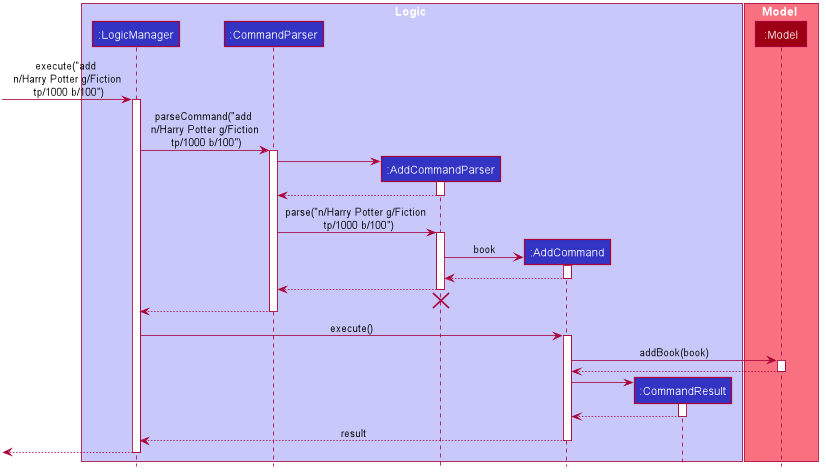
Before: docs/images/AddSequenceDiagram.png, a diagram exported from PlantUML (pennhanlee/tp).
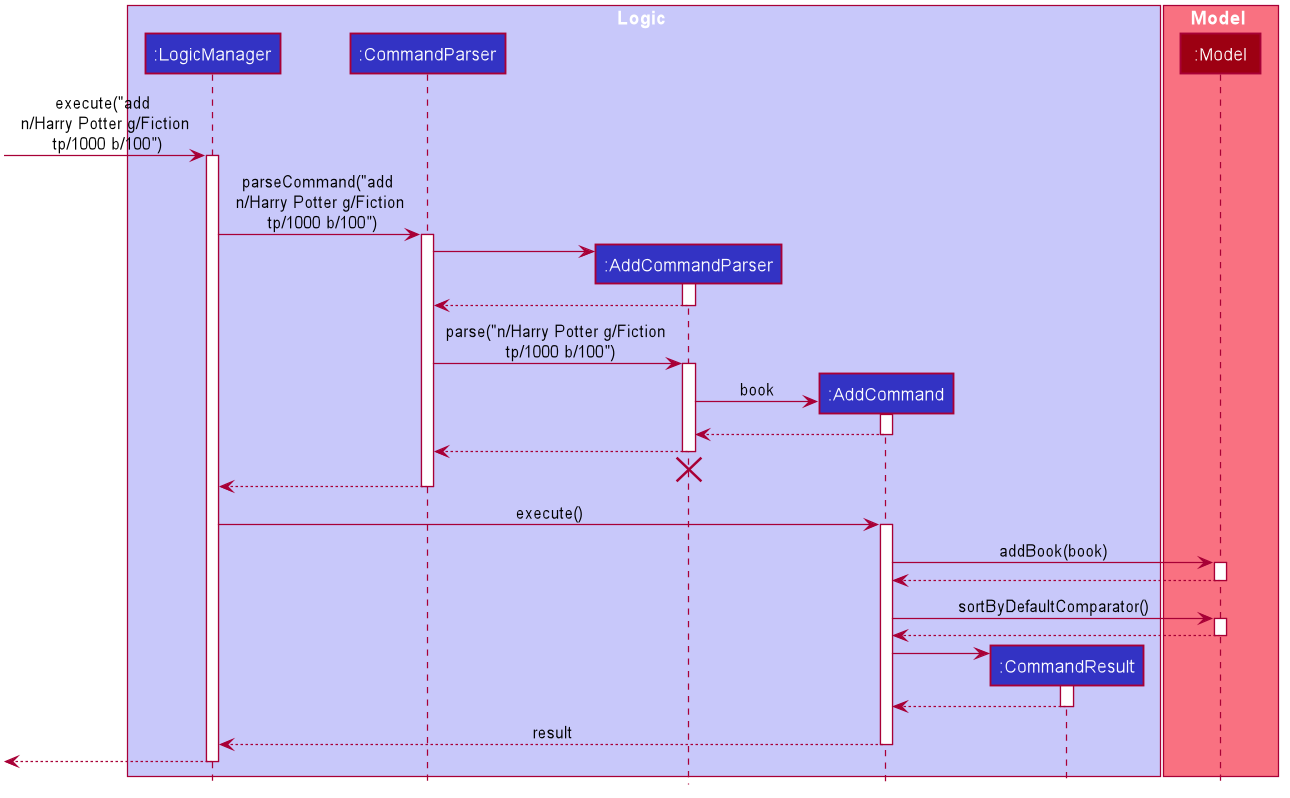
Above is the later version.

The edit, as a diff of the source:
```diff
@@ -1,4 +1,5 @@
 @startuml
+
 
 
 
@@ -100,6 +101,12 @@
 Model --> AddCommand
 deactivate Model
 
+AddCommand -> Model : sortByDefaultComparator()
+activate Model
+
+Model --> AddCommand
+deactivate Model
+
 create CommandResult
 AddCommand -> CommandResult
 activate CommandResult
```
